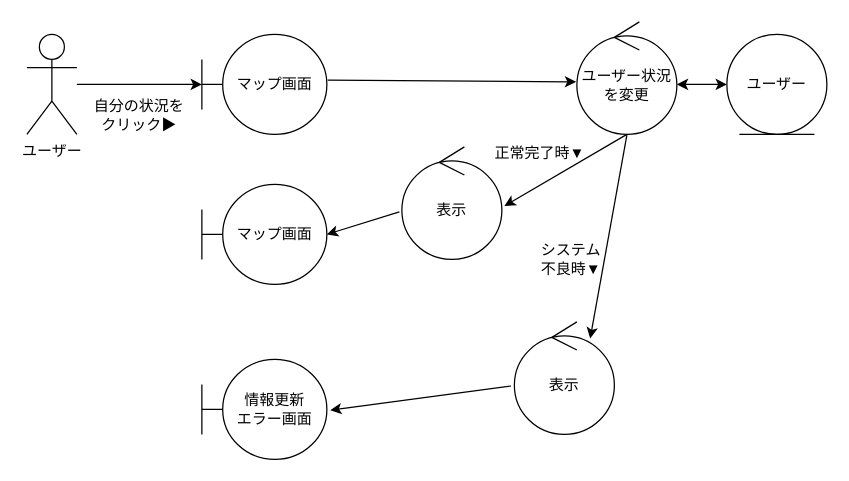
Before: page "状況変更" (4 of 8) of out/ロバストネス図/ユーザー２-ロバストネス図.drawio in ksw2270227/GroupF, a draw.io diagram. Source tidied: cells renumbered, new cells numbered last; positions are measured from the earlier drawing's top-left corner, leaving out a move shared by most shapes. Both pictures are drawn from the tidied source at 125%, with x=0, y=0 at pixel (26, 21).
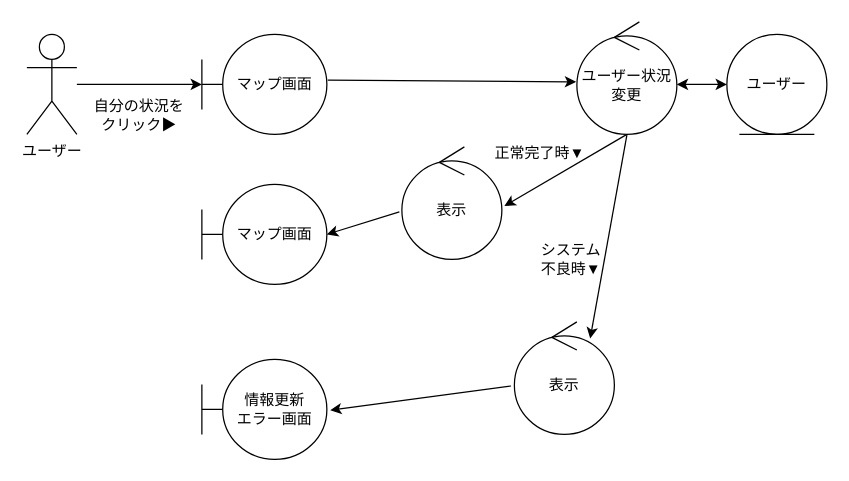
The same diagram, later.

What changed in the source:
```diff
@@
-    <mxCell id="7" value="ユーザー状況を変更" style="ellipse;shape=umlControl;whiteSpace=wrap;html=1;" parent="1" vertex="1">
+    <mxCell id="7" value="ユーザー状況変更" style="ellipse;shape=umlControl;whiteSpace=wrap;html=1;" parent="1" vertex="1">
       <mxGeometry x="440" width="80" height="90" as="geometry" />
     </mxCell>
```
